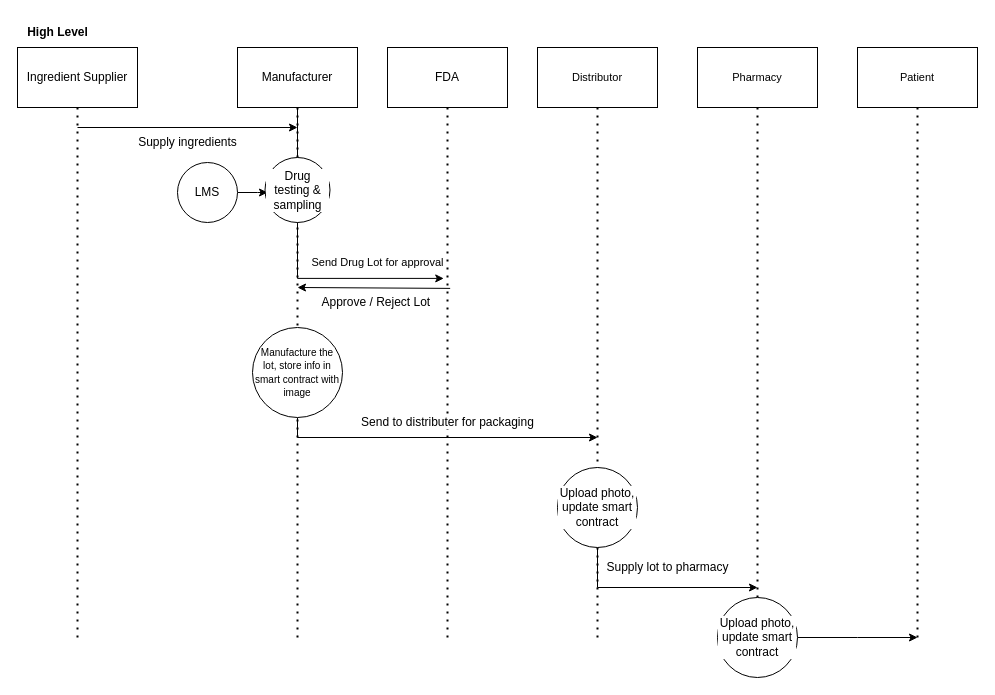
Before: top_level_schema.drawio in rb3198/pharma-track-trace-blockchain, a draw.io diagram. Source tidied: cells renumbered, new cells numbered last; positions are measured from the earlier drawing's top-left corner, leaving out a move shared by most shapes. Both pictures are drawn from the tidied source at 100%, with x=0, y=0 at pixel (17, 17).
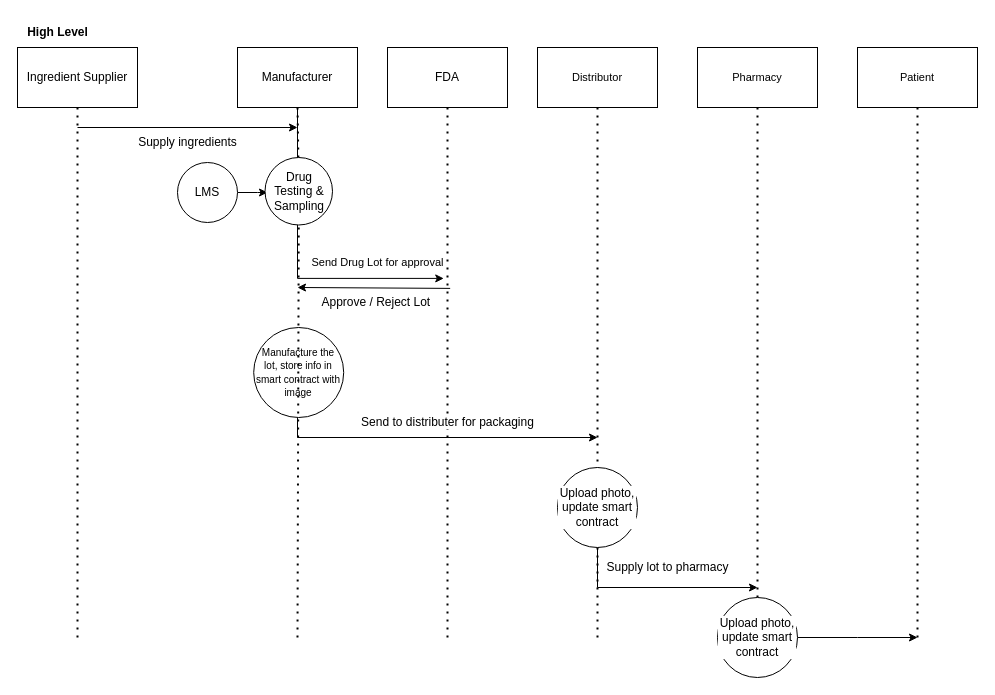
After the change.

Unchanged cells that the change refers to:
```xml
<mxCell id="3" value="Manufacturer" style="rounded=0;whiteSpace=wrap;html=1;" parent="1" vertex="1">
  <mxGeometry x="220" y="30" width="120" height="60" as="geometry" />
</mxCell>
```

Change to the diagram source:
```diff
@@
-    <mxCell id="11" style="endArrow=none;dashed=1;html=1;dashPattern=1 3;strokeWidth=2;rounded=0;entryX=0.5;entryY=1;entryDx=0;entryDy=0;" parent="1" edge="1" target="3">
-      <mxGeometry relative="1" as="geometry">
-        <mxPoint x="280" y="620" as="sourcePoint" />
-      </mxGeometry>
+    <mxCell id="11" style="endArrow=none;dashed=1;html=1;dashPattern=1 3;strokeWidth=2;rounded=0;entryX=0.5;entryY=1;entryDx=0;entryDy=0;startArrow=none;" parent="1" edge="1" source="33" target="3">
+      <mxGeometry relative="1" as="geometry" />
     </mxCell>
@@
-    <mxCell id="18" value="&lt;font style=&quot;font-size: 12px;&quot;&gt;Drug testing &amp;amp; sampling&lt;/font&gt;" style="ellipse;whiteSpace=wrap;html=1;labelBackgroundColor=#FFFFFF;" parent="1" vertex="1">
-      <mxGeometry x="247.5" y="140" width="65" height="65" as="geometry" />
-    </mxCell>
@@
-    <mxCell id="22" value="&lt;font style=&quot;font-size: 10px;&quot;&gt;Manufacture the lot, store info in smart contract with image&lt;/font&gt;" style="ellipse;whiteSpace=wrap;html=1;labelBackgroundColor=none;fontSize=11;" parent="1" vertex="1">
-      <mxGeometry x="235" y="310" width="90" height="90" as="geometry" />
+    <mxCell id="22" value="&lt;font style=&quot;font-size: 10px; background-color: rgb(255, 255, 255);&quot;&gt;Manufacture the lot, store info in smart contract with image&lt;/font&gt;" style="ellipse;whiteSpace=wrap;html=1;labelBackgroundColor=none;fontSize=11;fillStyle=solid;fillColor=#FFFFFF;" parent="1" vertex="1">
+      <mxGeometry x="236.2" y="310" width="90" height="90" as="geometry" />
     </mxCell>
@@
+    <mxCell id="33" value="Drug Testing &amp;amp; Sampling" style="ellipse;whiteSpace=wrap;html=1;labelBackgroundColor=none;" parent="1" vertex="1">
+      <mxGeometry x="247.5" y="140" width="67.5" height="67.5" as="geometry" />
+    </mxCell>
+    <mxCell id="34" style="endArrow=none;dashed=1;html=1;dashPattern=1 3;strokeWidth=2;rounded=0;entryX=0.5;entryY=1;entryDx=0;entryDy=0;" parent="1" edge="1" target="33">
+      <mxGeometry relative="1" as="geometry">
+        <mxPoint x="280" y="620" as="sourcePoint" />
+      </mxGeometry>
+    </mxCell>
```
